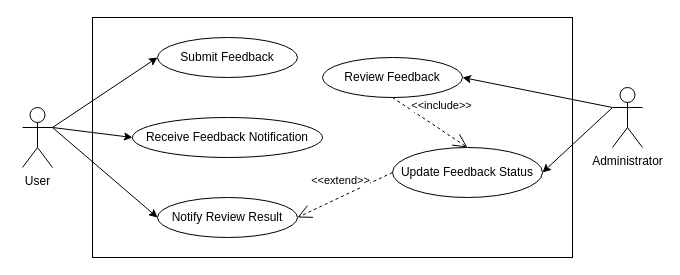
This is Assignment2/models/FeedbackUseCase.drawio from qianlinnian/se_sad_project, a draw.io file, before an edit. Source tidied: cells renumbered, new cells numbered last; positions are measured from the earlier drawing's top-left corner, leaving out a move shared by most shapes. Both pictures are drawn from the tidied source at 100%, with x=0, y=0 at pixel (22, 17).
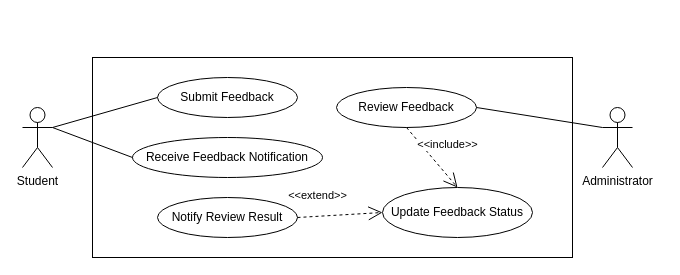
Above is the later version.

What changed in the source:
```diff
@@
 <mxGraphModel>
   <root>
     <mxCell id="0" />
     <mxCell id="1" parent="0" />
     <mxCell id="2" style="rounded=0;whiteSpace=wrap;html=1;fillColor=none;" parent="1" vertex="1">
-      <mxGeometry x="70" width="480" height="240" as="geometry" />
+      <mxGeometry x="70" y="40" width="480" height="200" as="geometry" />
     </mxCell>
     <mxCell id="3" value="Administrator" style="shape=umlActor;verticalLabelPosition=bottom;verticalAlign=top;html=1;outlineConnect=0;" parent="1" vertex="1">
-      <mxGeometry x="590" y="70" width="30" height="60" as="geometry" />
+      <mxGeometry x="580" y="90" width="30" height="60" as="geometry" />
     </mxCell>
-    <mxCell id="4" value="User" style="shape=umlActor;verticalLabelPosition=bottom;verticalAlign=top;html=1;outlineConnect=0;" parent="1" vertex="1">
+    <mxCell id="4" value="Student" style="shape=umlActor;verticalLabelPosition=bottom;verticalAlign=top;html=1;outlineConnect=0;" parent="1" vertex="1">
       <mxGeometry y="90" width="30" height="60" as="geometry" />
     </mxCell>
     <mxCell id="5" value="Submit Feedback" style="ellipse;whiteSpace=wrap;html=1;" parent="1" vertex="1">
-      <mxGeometry x="135" y="20" width="140" height="40" as="geometry" />
+      <mxGeometry x="135" y="60" width="140" height="40" as="geometry" />
     </mxCell>
     <mxCell id="6" value="Notify Review Result" style="ellipse;whiteSpace=wrap;html=1;" parent="1" vertex="1">
       <mxGeometry x="135" y="180" width="140" height="40" as="geometry" />
     </mxCell>
     <mxCell id="7" value="&lt;p class=&quot;MsoNormal&quot;&gt;&lt;font face=&quot;Helvetica&quot;&gt;Review Feedback&lt;/font&gt;&lt;/p&gt;" style="ellipse;whiteSpace=wrap;html=1;" parent="1" vertex="1">
-      <mxGeometry x="300" y="40" width="140" height="40" as="geometry" />
+      <mxGeometry x="314" y="70" width="140" height="40" as="geometry" />
     </mxCell>
     <mxCell id="8" value="Receive Feedback Notification" style="ellipse;whiteSpace=wrap;html=1;" parent="1" vertex="1">
-      <mxGeometry x="110" y="100" width="190" height="40" as="geometry" />
+      <mxGeometry x="110" y="120" width="190" height="40" as="geometry" />
     </mxCell>
     <mxCell id="9" value="&lt;div&gt;Update Feedback Status&lt;/div&gt;" style="ellipse;whiteSpace=wrap;html=1;" parent="1" vertex="1">
-      <mxGeometry x="370" y="130" width="150" height="50" as="geometry" />
+      <mxGeometry x="360" y="170" width="150" height="50" as="geometry" />
     </mxCell>
-    <mxCell id="10" value="&amp;lt;&amp;lt;extend&amp;gt;&amp;gt;" style="endArrow=open;endSize=12;dashed=1;html=1;rounded=0;entryX=1;entryY=0.5;entryDx=0;entryDy=0;exitX=0;exitY=0.5;exitDx=0;exitDy=0;" parent="1" edge="1" source="9" target="6">
-      <mxGeometry x="-0.05" y="-15" relative="1" as="geometry" />
+    <mxCell id="10" value="&amp;lt;&amp;lt;extend&amp;gt;&amp;gt;" style="endArrow=open;endSize=12;dashed=1;html=1;rounded=0;entryX=0;entryY=0.5;entryDx=0;entryDy=0;exitX=1;exitY=0.5;exitDx=0;exitDy=0;" parent="1" edge="1" source="6" target="9">
+      <mxGeometry x="-0.5" y="21" relative="1" as="geometry" />
     </mxCell>
     <mxCell id="11" value="&amp;lt;&amp;lt;include&amp;gt;&amp;gt;" style="endArrow=open;endSize=12;dashed=1;html=1;rounded=0;exitX=0.5;exitY=1;exitDx=0;exitDy=0;entryX=0.5;entryY=0;entryDx=0;entryDy=0;" parent="1" edge="1" source="7" target="9">
       <mxGeometry x="0.02" y="20" relative="1" as="geometry">
         <mxPoint y="-1" as="offset" />
       </mxGeometry>
     </mxCell>
-    <mxCell id="12" style="endArrow=classic;html=1;rounded=0;entryX=1;entryY=0.5;entryDx=0;entryDy=0;exitX=0;exitY=0.3333333333333333;exitDx=0;exitDy=0;exitPerimeter=0;" parent="1" edge="1" source="3" target="9">
-      <mxGeometry relative="1" as="geometry" />
-    </mxCell>
-    <mxCell id="13" style="endArrow=classic;html=1;rounded=0;entryX=1;entryY=0.5;entryDx=0;entryDy=0;exitX=0;exitY=0.3333333333333333;exitDx=0;exitDy=0;exitPerimeter=0;" parent="1" edge="1" source="3" target="7">
+    <mxCell id="13" style="endArrow=none;html=1;rounded=0;entryX=1;entryY=0.5;entryDx=0;entryDy=0;exitX=0;exitY=0.3333333333333333;exitDx=0;exitDy=0;exitPerimeter=0;shape=wire;endFill=0;" parent="1" edge="1" source="3" target="7">
       <mxGeometry relative="1" as="geometry" />
     </mxCell>
-    <mxCell id="14" style="endArrow=classic;html=1;rounded=0;entryX=0;entryY=0.5;entryDx=0;entryDy=0;exitX=1;exitY=0.3333333333333333;exitDx=0;exitDy=0;exitPerimeter=0;" parent="1" edge="1" source="4" target="5">
+    <mxCell id="14" style="endArrow=none;html=1;rounded=0;entryX=0;entryY=0.5;entryDx=0;entryDy=0;exitX=1;exitY=0.3333333333333333;exitDx=0;exitDy=0;exitPerimeter=0;endFill=0;" parent="1" edge="1" source="4" target="5">
       <mxGeometry relative="1" as="geometry" />
     </mxCell>
-    <mxCell id="15" style="endArrow=classic;html=1;rounded=0;entryX=0;entryY=0.5;entryDx=0;entryDy=0;exitX=1;exitY=0.3333333333333333;exitDx=0;exitDy=0;exitPerimeter=0;" parent="1" edge="1" source="4" target="6">
-      <mxGeometry relative="1" as="geometry" />
-    </mxCell>
-    <mxCell id="16" style="endArrow=classic;html=1;rounded=0;entryX=0;entryY=0.5;entryDx=0;entryDy=0;exitX=1;exitY=0.3333333333333333;exitDx=0;exitDy=0;exitPerimeter=0;" parent="1" edge="1" source="4" target="8">
+    <mxCell id="16" style="endArrow=none;html=1;rounded=0;entryX=0;entryY=0.5;entryDx=0;entryDy=0;exitX=1;exitY=0.3333333333333333;exitDx=0;exitDy=0;exitPerimeter=0;endFill=0;" parent="1" edge="1" source="4" target="8">
       <mxGeometry relative="1" as="geometry" />
     </mxCell>
   </root>
 </mxGraphModel>
```
